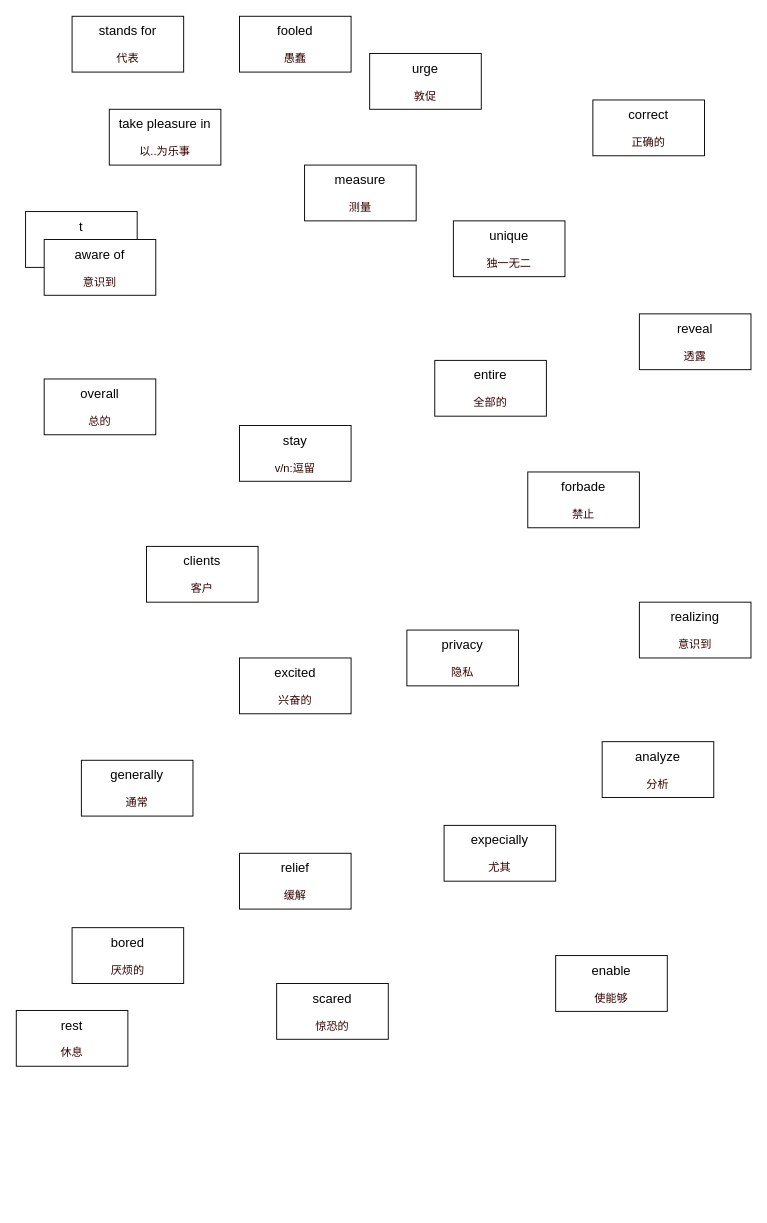
This is ocean.drawio from banBlue/drawio, a draw.io file, before an edit. Source tidied: cells renumbered, new cells numbered last; positions are measured from the earlier drawing's top-left corner, leaving out a move shared by most shapes. Both pictures are drawn from the tidied source at 93%, with x=0, y=0 at pixel (16, 16).
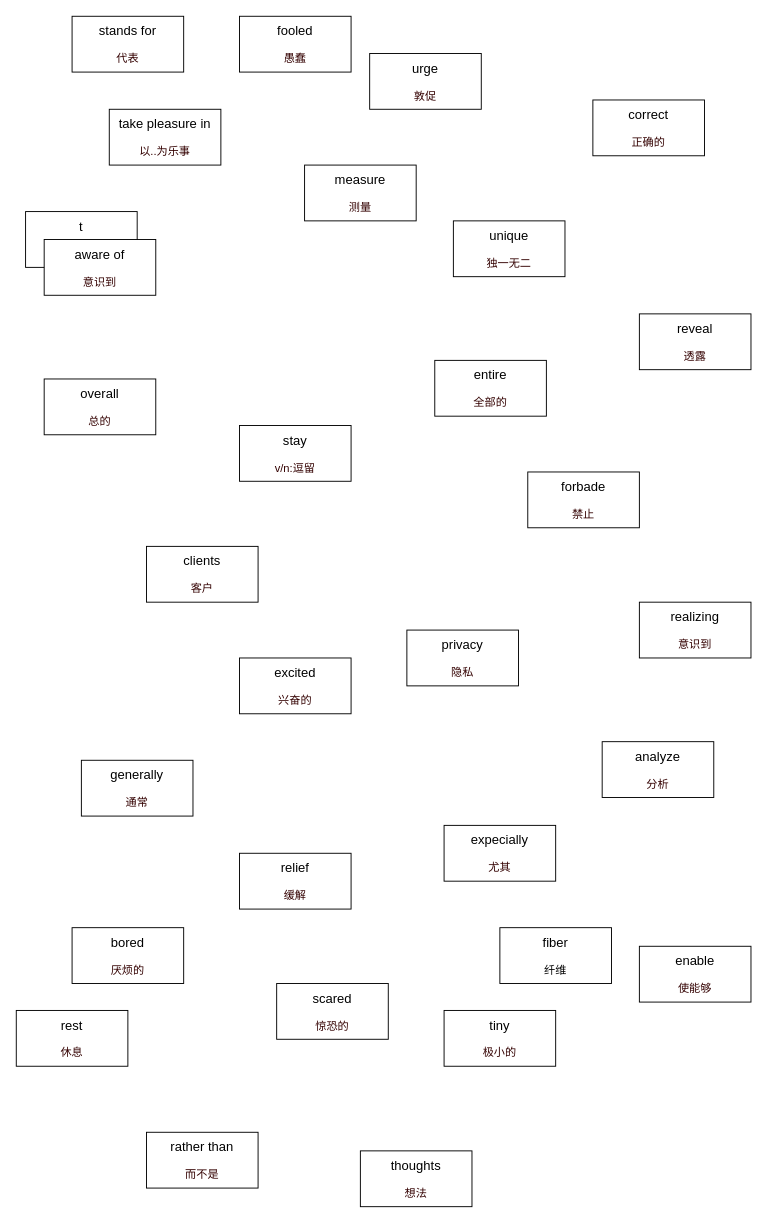
The same page after the edit.

Change to the diagram source:
```diff
@@
     <mxCell id="24" value="&lt;font style=&quot;font-size: 14px&quot;&gt;enable&lt;br&gt;&lt;/font&gt;&lt;br&gt;&lt;font color=&quot;#330000&quot;&gt;使能够&lt;/font&gt;" style="rounded=0;whiteSpace=wrap;html=1;" parent="1" vertex="1">
-      <mxGeometry x="580" y="1010" width="120" height="60" as="geometry" />
+      <mxGeometry x="670" y="1000" width="120" height="60" as="geometry" />
     </mxCell>
@@
+    <mxCell id="28" value="&lt;font style=&quot;font-size: 14px&quot;&gt;tiny&lt;br&gt;&lt;/font&gt;&lt;br&gt;&lt;font color=&quot;#330000&quot;&gt;极小的&lt;/font&gt;" style="rounded=0;whiteSpace=wrap;html=1;" parent="1" vertex="1">
+      <mxGeometry x="460" y="1069" width="120" height="60" as="geometry" />
+    </mxCell>
+    <mxCell id="29" value="&lt;span style=&quot;font-size: 14px&quot;&gt;fiber&lt;br&gt;&lt;/span&gt;&lt;br&gt;纤维" style="rounded=0;whiteSpace=wrap;html=1;" parent="1" vertex="1">
+      <mxGeometry x="520" y="980" width="120" height="60" as="geometry" />
+    </mxCell>
+    <mxCell id="30" value="&lt;font style=&quot;font-size: 14px&quot;&gt;rather than&lt;br&gt;&lt;/font&gt;&lt;br&gt;&lt;font color=&quot;#330000&quot;&gt;而不是&lt;/font&gt;" style="rounded=0;whiteSpace=wrap;html=1;" parent="1" vertex="1">
+      <mxGeometry x="140" y="1200" width="120" height="60" as="geometry" />
+    </mxCell>
+    <mxCell id="31" value="&lt;font style=&quot;font-size: 14px&quot;&gt;thoughts&lt;br&gt;&lt;/font&gt;&lt;br&gt;&lt;font color=&quot;#330000&quot;&gt;想法&lt;/font&gt;" style="rounded=0;whiteSpace=wrap;html=1;" parent="1" vertex="1">
+      <mxGeometry x="370" y="1220" width="120" height="60" as="geometry" />
+    </mxCell>
```
